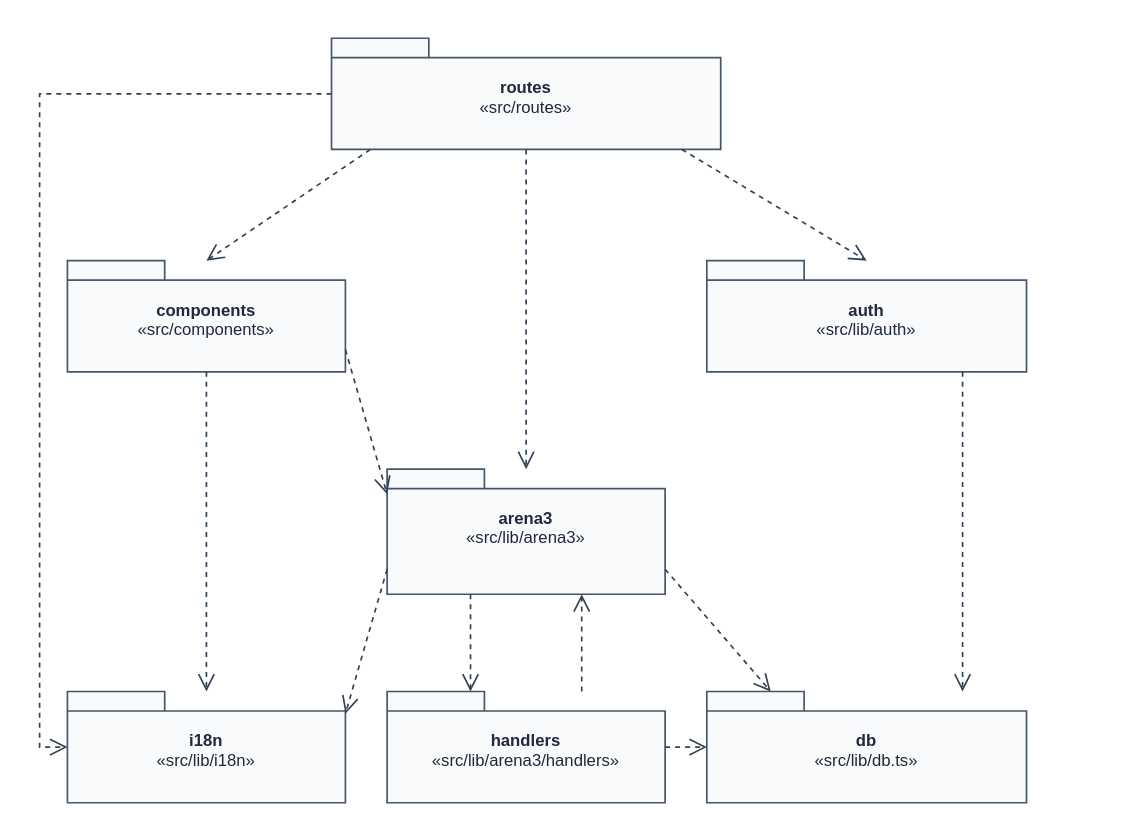
Above: docs/diagrams/srs/39-package-diagram.drawio in facingshootingstar/Arena3 (draw.io), before the change. Source tidied: cells renumbered, new cells numbered last; positions are measured from the earlier drawing's top-left corner, leaving out a move shared by most shapes. Both pictures are drawn from the tidied source at 139%, with x=0, y=0 at pixel (39, 38).
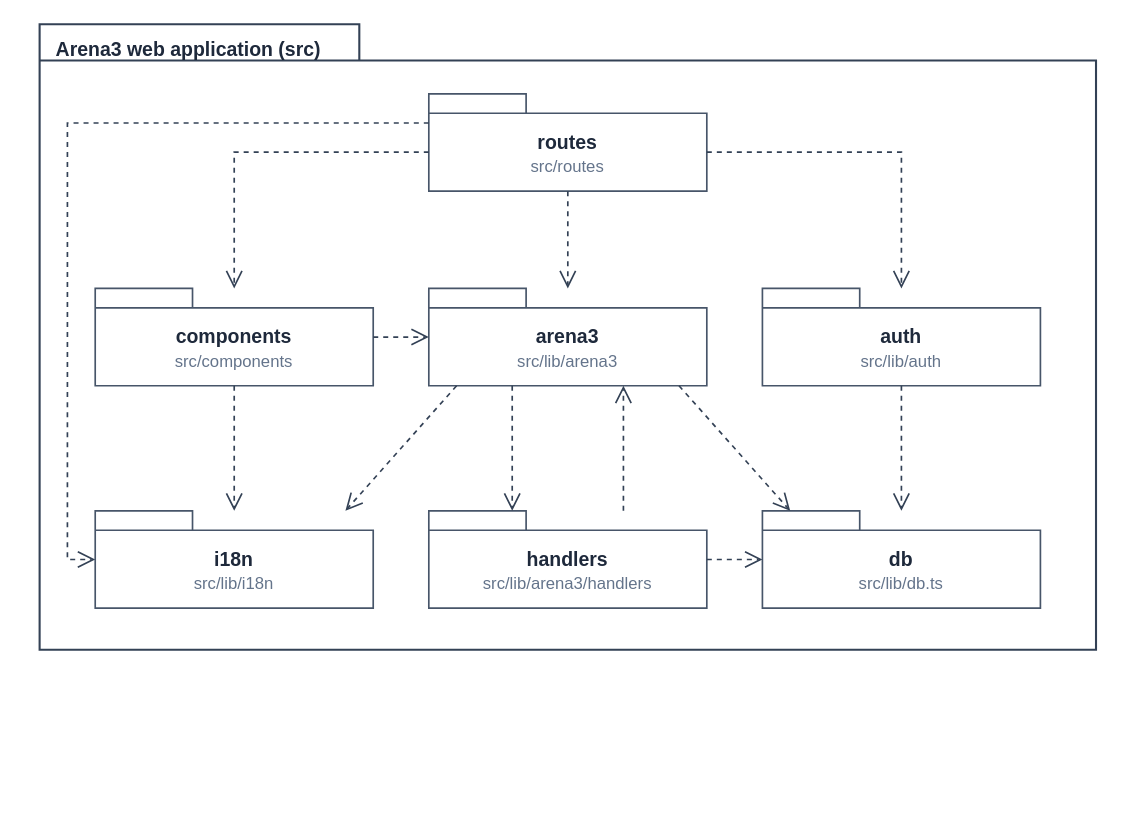
Above is the later version.

Diff of the diagram source:
```diff
@@
+    <mxCell id="21" value="Arena3 web application (src)" style="shape=folder;tabWidth=230;tabHeight=26;tabPosition=left;html=1;whiteSpace=wrap;verticalAlign=top;align=left;spacingLeft=10;spacingTop=3;fillColor=none;strokeColor=#334155;strokeWidth=1.5;fontFamily=Helvetica;fontSize=14;fontStyle=1;fontColor=#1e293b;" parent="1" vertex="1">
+      <mxGeometry y="-10" width="760" height="450" as="geometry" />
+    </mxCell>
-    <mxCell id="2" value="&lt;b&gt;routes&lt;/b&gt;&lt;br&gt;&amp;laquo;src/routes&amp;raquo;" style="shape=folder;tabWidth=70;tabHeight=14;tabPosition=left;html=1;whiteSpace=wrap;verticalAlign=top;align=center;spacingTop=22;fillColor=#f8fafc;strokeColor=#475569;strokeWidth=1.2;fontFamily=Helvetica;fontSize=12;fontColor=#1e293b;" parent="1" vertex="1">
-      <mxGeometry x="210" width="280" height="80" as="geometry" />
+    <mxCell id="2" value="&lt;b&gt;routes&lt;/b&gt;&lt;br&gt;&lt;font style=&quot;font-size:12px&quot; color=&quot;#64748b&quot;&gt;src/routes&lt;/font&gt;" style="shape=folder;tabWidth=70;tabHeight=14;tabPosition=left;html=1;whiteSpace=wrap;verticalAlign=top;align=center;spacingTop=20;fillColor=#ffffff;strokeColor=#475569;strokeWidth=1.2;fontFamily=Helvetica;fontSize=14;fontColor=#1e293b;" parent="1" vertex="1">
+      <mxGeometry x="280" y="40" width="200" height="70" as="geometry" />
     </mxCell>
-    <mxCell id="3" value="&lt;b&gt;components&lt;/b&gt;&lt;br&gt;&amp;laquo;src/components&amp;raquo;" style="shape=folder;tabWidth=70;tabHeight=14;tabPosition=left;html=1;whiteSpace=wrap;verticalAlign=top;align=center;spacingTop=22;fillColor=#f8fafc;strokeColor=#475569;strokeWidth=1.2;fontFamily=Helvetica;fontSize=12;fontColor=#1e293b;" parent="1" vertex="1">
-      <mxGeometry x="20" y="160" width="200" height="80" as="geometry" />
+    <mxCell id="3" value="&lt;b&gt;components&lt;/b&gt;&lt;br&gt;&lt;font style=&quot;font-size:12px&quot; color=&quot;#64748b&quot;&gt;src/components&lt;/font&gt;" style="shape=folder;tabWidth=70;tabHeight=14;tabPosition=left;html=1;whiteSpace=wrap;verticalAlign=top;align=center;spacingTop=20;fillColor=#ffffff;strokeColor=#475569;strokeWidth=1.2;fontFamily=Helvetica;fontSize=14;fontColor=#1e293b;" parent="1" vertex="1">
+      <mxGeometry x="40" y="180" width="200" height="70" as="geometry" />
     </mxCell>
-    <mxCell id="4" value="&lt;b&gt;auth&lt;/b&gt;&lt;br&gt;&amp;laquo;src/lib/auth&amp;raquo;" style="shape=folder;tabWidth=70;tabHeight=14;tabPosition=left;html=1;whiteSpace=wrap;verticalAlign=top;align=center;spacingTop=22;fillColor=#f8fafc;strokeColor=#475569;strokeWidth=1.2;fontFamily=Helvetica;fontSize=12;fontColor=#1e293b;" parent="1" vertex="1">
-      <mxGeometry x="480" y="160" width="230" height="80" as="geometry" />
+    <mxCell id="4" value="&lt;b&gt;auth&lt;/b&gt;&lt;br&gt;&lt;font style=&quot;font-size:12px&quot; color=&quot;#64748b&quot;&gt;src/lib/auth&lt;/font&gt;" style="shape=folder;tabWidth=70;tabHeight=14;tabPosition=left;html=1;whiteSpace=wrap;verticalAlign=top;align=center;spacingTop=20;fillColor=#ffffff;strokeColor=#475569;strokeWidth=1.2;fontFamily=Helvetica;fontSize=14;fontColor=#1e293b;" parent="1" vertex="1">
+      <mxGeometry x="520" y="180" width="200" height="70" as="geometry" />
     </mxCell>
-    <mxCell id="5" value="&lt;b&gt;arena3&lt;/b&gt;&lt;br&gt;&amp;laquo;src/lib/arena3&amp;raquo;" style="shape=folder;tabWidth=70;tabHeight=14;tabPosition=left;html=1;whiteSpace=wrap;verticalAlign=top;align=center;spacingTop=22;fillColor=#f8fafc;strokeColor=#475569;strokeWidth=1.2;fontFamily=Helvetica;fontSize=12;fontColor=#1e293b;" parent="1" vertex="1">
-      <mxGeometry x="250" y="310" width="200" height="90" as="geometry" />
+    <mxCell id="5" value="&lt;b&gt;arena3&lt;/b&gt;&lt;br&gt;&lt;font style=&quot;font-size:12px&quot; color=&quot;#64748b&quot;&gt;src/lib/arena3&lt;/font&gt;" style="shape=folder;tabWidth=70;tabHeight=14;tabPosition=left;html=1;whiteSpace=wrap;verticalAlign=top;align=center;spacingTop=20;fillColor=#ffffff;strokeColor=#475569;strokeWidth=1.2;fontFamily=Helvetica;fontSize=14;fontColor=#1e293b;" parent="1" vertex="1">
+      <mxGeometry x="280" y="180" width="200" height="70" as="geometry" />
     </mxCell>
-    <mxCell id="6" value="&lt;b&gt;i18n&lt;/b&gt;&lt;br&gt;&amp;laquo;src/lib/i18n&amp;raquo;" style="shape=folder;tabWidth=70;tabHeight=14;tabPosition=left;html=1;whiteSpace=wrap;verticalAlign=top;align=center;spacingTop=22;fillColor=#f8fafc;strokeColor=#475569;strokeWidth=1.2;fontFamily=Helvetica;fontSize=12;fontColor=#1e293b;" parent="1" vertex="1">
-      <mxGeometry x="20" y="470" width="200" height="80" as="geometry" />
+    <mxCell id="6" value="&lt;b&gt;i18n&lt;/b&gt;&lt;br&gt;&lt;font style=&quot;font-size:12px&quot; color=&quot;#64748b&quot;&gt;src/lib/i18n&lt;/font&gt;" style="shape=folder;tabWidth=70;tabHeight=14;tabPosition=left;html=1;whiteSpace=wrap;verticalAlign=top;align=center;spacingTop=20;fillColor=#ffffff;strokeColor=#475569;strokeWidth=1.2;fontFamily=Helvetica;fontSize=14;fontColor=#1e293b;" parent="1" vertex="1">
+      <mxGeometry x="40" y="340" width="200" height="70" as="geometry" />
     </mxCell>
-    <mxCell id="7" value="&lt;b&gt;handlers&lt;/b&gt;&lt;br&gt;&amp;laquo;src/lib/arena3/handlers&amp;raquo;" style="shape=folder;tabWidth=70;tabHeight=14;tabPosition=left;html=1;whiteSpace=wrap;verticalAlign=top;align=center;spacingTop=22;fillColor=#f8fafc;strokeColor=#475569;strokeWidth=1.2;fontFamily=Helvetica;fontSize=12;fontColor=#1e293b;" parent="1" vertex="1">
-      <mxGeometry x="250" y="470" width="200" height="80" as="geometry" />
+    <mxCell id="7" value="&lt;b&gt;handlers&lt;/b&gt;&lt;br&gt;&lt;font style=&quot;font-size:12px&quot; color=&quot;#64748b&quot;&gt;src/lib/arena3/handlers&lt;/font&gt;" style="shape=folder;tabWidth=70;tabHeight=14;tabPosition=left;html=1;whiteSpace=wrap;verticalAlign=top;align=center;spacingTop=20;fillColor=#ffffff;strokeColor=#475569;strokeWidth=1.2;fontFamily=Helvetica;fontSize=14;fontColor=#1e293b;" parent="1" vertex="1">
+      <mxGeometry x="280" y="340" width="200" height="70" as="geometry" />
     </mxCell>
-    <mxCell id="8" value="&lt;b&gt;db&lt;/b&gt;&lt;br&gt;&amp;laquo;src/lib/db.ts&amp;raquo;" style="shape=folder;tabWidth=70;tabHeight=14;tabPosition=left;html=1;whiteSpace=wrap;verticalAlign=top;align=center;spacingTop=22;fillColor=#f8fafc;strokeColor=#475569;strokeWidth=1.2;fontFamily=Helvetica;fontSize=12;fontColor=#1e293b;" parent="1" vertex="1">
-      <mxGeometry x="480" y="470" width="230" height="80" as="geometry" />
+    <mxCell id="8" value="&lt;b&gt;db&lt;/b&gt;&lt;br&gt;&lt;font style=&quot;font-size:12px&quot; color=&quot;#64748b&quot;&gt;src/lib/db.ts&lt;/font&gt;" style="shape=folder;tabWidth=70;tabHeight=14;tabPosition=left;html=1;whiteSpace=wrap;verticalAlign=top;align=center;spacingTop=20;fillColor=#ffffff;strokeColor=#475569;strokeWidth=1.2;fontFamily=Helvetica;fontSize=14;fontColor=#1e293b;" parent="1" vertex="1">
+      <mxGeometry x="520" y="340" width="200" height="70" as="geometry" />
     </mxCell>
-    <mxCell id="9" style="endArrow=open;endFill=0;endSize=10;dashed=1;html=1;rounded=0;edgeStyle=none;strokeColor=#334155;strokeWidth=1.2;exitX=0.1000;exitY=1.0000;exitDx=0;exitDy=0;exitPerimeter=0;entryX=0.5000;entryY=0.0000;entryDx=0;entryDy=0;entryPerimeter=0;" parent="1" edge="1" source="2" target="3">
-      <mxGeometry relative="1" as="geometry" />
+    <mxCell id="9" style="endArrow=open;endFill=0;endSize=10;dashed=1;html=1;rounded=0;edgeStyle=none;strokeColor=#334155;strokeWidth=1.2;exitX=0.0000;exitY=0.6000;exitDx=0;exitDy=0;exitPerimeter=0;entryX=0.5000;entryY=0.0000;entryDx=0;entryDy=0;entryPerimeter=0;" parent="1" edge="1" source="2" target="3">
+      <mxGeometry relative="1" as="geometry">
+        <Array as="points">
+          <mxPoint x="140" y="82" />
+        </Array>
+      </mxGeometry>
     </mxCell>
-    <mxCell id="10" style="endArrow=open;endFill=0;endSize=10;dashed=1;html=1;rounded=0;edgeStyle=none;strokeColor=#334155;strokeWidth=1.2;exitX=0.9000;exitY=1.0000;exitDx=0;exitDy=0;exitPerimeter=0;entryX=0.5000;entryY=0.0000;entryDx=0;entryDy=0;entryPerimeter=0;" parent="1" edge="1" source="2" target="4">
-      <mxGeometry relative="1" as="geometry" />
+    <mxCell id="10" style="endArrow=open;endFill=0;endSize=10;dashed=1;html=1;rounded=0;edgeStyle=none;strokeColor=#334155;strokeWidth=1.2;exitX=1.0000;exitY=0.6000;exitDx=0;exitDy=0;exitPerimeter=0;entryX=0.5000;entryY=0.0000;entryDx=0;entryDy=0;entryPerimeter=0;" parent="1" edge="1" source="2" target="4">
+      <mxGeometry relative="1" as="geometry">
+        <Array as="points">
+          <mxPoint x="620" y="82" />
+        </Array>
+      </mxGeometry>
     </mxCell>
@@
-    <mxCell id="12" style="endArrow=open;endFill=0;endSize=10;dashed=1;html=1;rounded=0;edgeStyle=none;strokeColor=#334155;strokeWidth=1.2;exitX=0.0000;exitY=0.5000;exitDx=0;exitDy=0;exitPerimeter=0;entryX=0.0000;entryY=0.5000;entryDx=0;entryDy=0;entryPerimeter=0;" parent="1" edge="1" source="2" target="6">
+    <mxCell id="12" style="endArrow=open;endFill=0;endSize=10;dashed=1;html=1;rounded=0;edgeStyle=none;strokeColor=#334155;strokeWidth=1.2;exitX=0.0000;exitY=0.3000;exitDx=0;exitDy=0;exitPerimeter=0;entryX=0.0000;entryY=0.5000;entryDx=0;entryDy=0;entryPerimeter=0;" parent="1" edge="1" source="2" target="6">
       <mxGeometry relative="1" as="geometry">
         <Array as="points">
-          <mxPoint y="40" />
-          <mxPoint y="510" />
+          <mxPoint x="20" y="61" />
+          <mxPoint x="20" y="375" />
         </Array>
       </mxGeometry>
     </mxCell>
-    <mxCell id="13" style="endArrow=open;endFill=0;endSize=10;dashed=1;html=1;rounded=0;edgeStyle=none;strokeColor=#334155;strokeWidth=1.2;exitX=1.0000;exitY=0.8000;exitDx=0;exitDy=0;exitPerimeter=0;entryX=0.0000;entryY=0.2000;entryDx=0;entryDy=0;entryPerimeter=0;" parent="1" edge="1" source="3" target="5">
+    <mxCell id="13" style="endArrow=open;endFill=0;endSize=10;dashed=1;html=1;rounded=0;edgeStyle=none;strokeColor=#334155;strokeWidth=1.2;exitX=1.0000;exitY=0.5000;exitDx=0;exitDy=0;exitPerimeter=0;entryX=0.0000;entryY=0.5000;entryDx=0;entryDy=0;entryPerimeter=0;" parent="1" edge="1" source="3" target="5">
       <mxGeometry relative="1" as="geometry" />
     </mxCell>
@@
-    <mxCell id="17" style="endArrow=open;endFill=0;endSize=10;dashed=1;html=1;rounded=0;edgeStyle=none;strokeColor=#334155;strokeWidth=1.2;exitX=0.0000;exitY=0.8000;exitDx=0;exitDy=0;exitPerimeter=0;entryX=1.0000;entryY=0.2000;entryDx=0;entryDy=0;entryPerimeter=0;" parent="1" edge="1" source="5" target="6">
+    <mxCell id="17" style="endArrow=open;endFill=0;endSize=10;dashed=1;html=1;rounded=0;edgeStyle=none;strokeColor=#334155;strokeWidth=1.2;exitX=0.1000;exitY=1.0000;exitDx=0;exitDy=0;exitPerimeter=0;entryX=0.9000;entryY=0.0000;entryDx=0;entryDy=0;entryPerimeter=0;" parent="1" edge="1" source="5" target="6">
       <mxGeometry relative="1" as="geometry" />
     </mxCell>
-    <mxCell id="18" style="endArrow=open;endFill=0;endSize=10;dashed=1;html=1;rounded=0;edgeStyle=none;strokeColor=#334155;strokeWidth=1.2;exitX=1.0000;exitY=0.8000;exitDx=0;exitDy=0;exitPerimeter=0;entryX=0.2000;entryY=0.0000;entryDx=0;entryDy=0;entryPerimeter=0;" parent="1" edge="1" source="5" target="8">
+    <mxCell id="18" style="endArrow=open;endFill=0;endSize=10;dashed=1;html=1;rounded=0;edgeStyle=none;strokeColor=#334155;strokeWidth=1.2;exitX=0.9000;exitY=1.0000;exitDx=0;exitDy=0;exitPerimeter=0;entryX=0.1000;entryY=0.0000;entryDx=0;entryDy=0;entryPerimeter=0;" parent="1" edge="1" source="5" target="8">
       <mxGeometry relative="1" as="geometry" />
     </mxCell>
@@
-    <mxCell id="20" style="endArrow=open;endFill=0;endSize=10;dashed=1;html=1;rounded=0;edgeStyle=none;strokeColor=#334155;strokeWidth=1.2;exitX=0.8000;exitY=1.0000;exitDx=0;exitDy=0;exitPerimeter=0;entryX=0.8000;entryY=0.0000;entryDx=0;entryDy=0;entryPerimeter=0;" parent="1" edge="1" source="4" target="8">
+    <mxCell id="20" style="endArrow=open;endFill=0;endSize=10;dashed=1;html=1;rounded=0;edgeStyle=none;strokeColor=#334155;strokeWidth=1.2;exitX=0.5000;exitY=1.0000;exitDx=0;exitDy=0;exitPerimeter=0;entryX=0.5000;entryY=0.0000;entryDx=0;entryDy=0;entryPerimeter=0;" parent="1" edge="1" source="4" target="8">
       <mxGeometry relative="1" as="geometry" />
     </mxCell>
```
